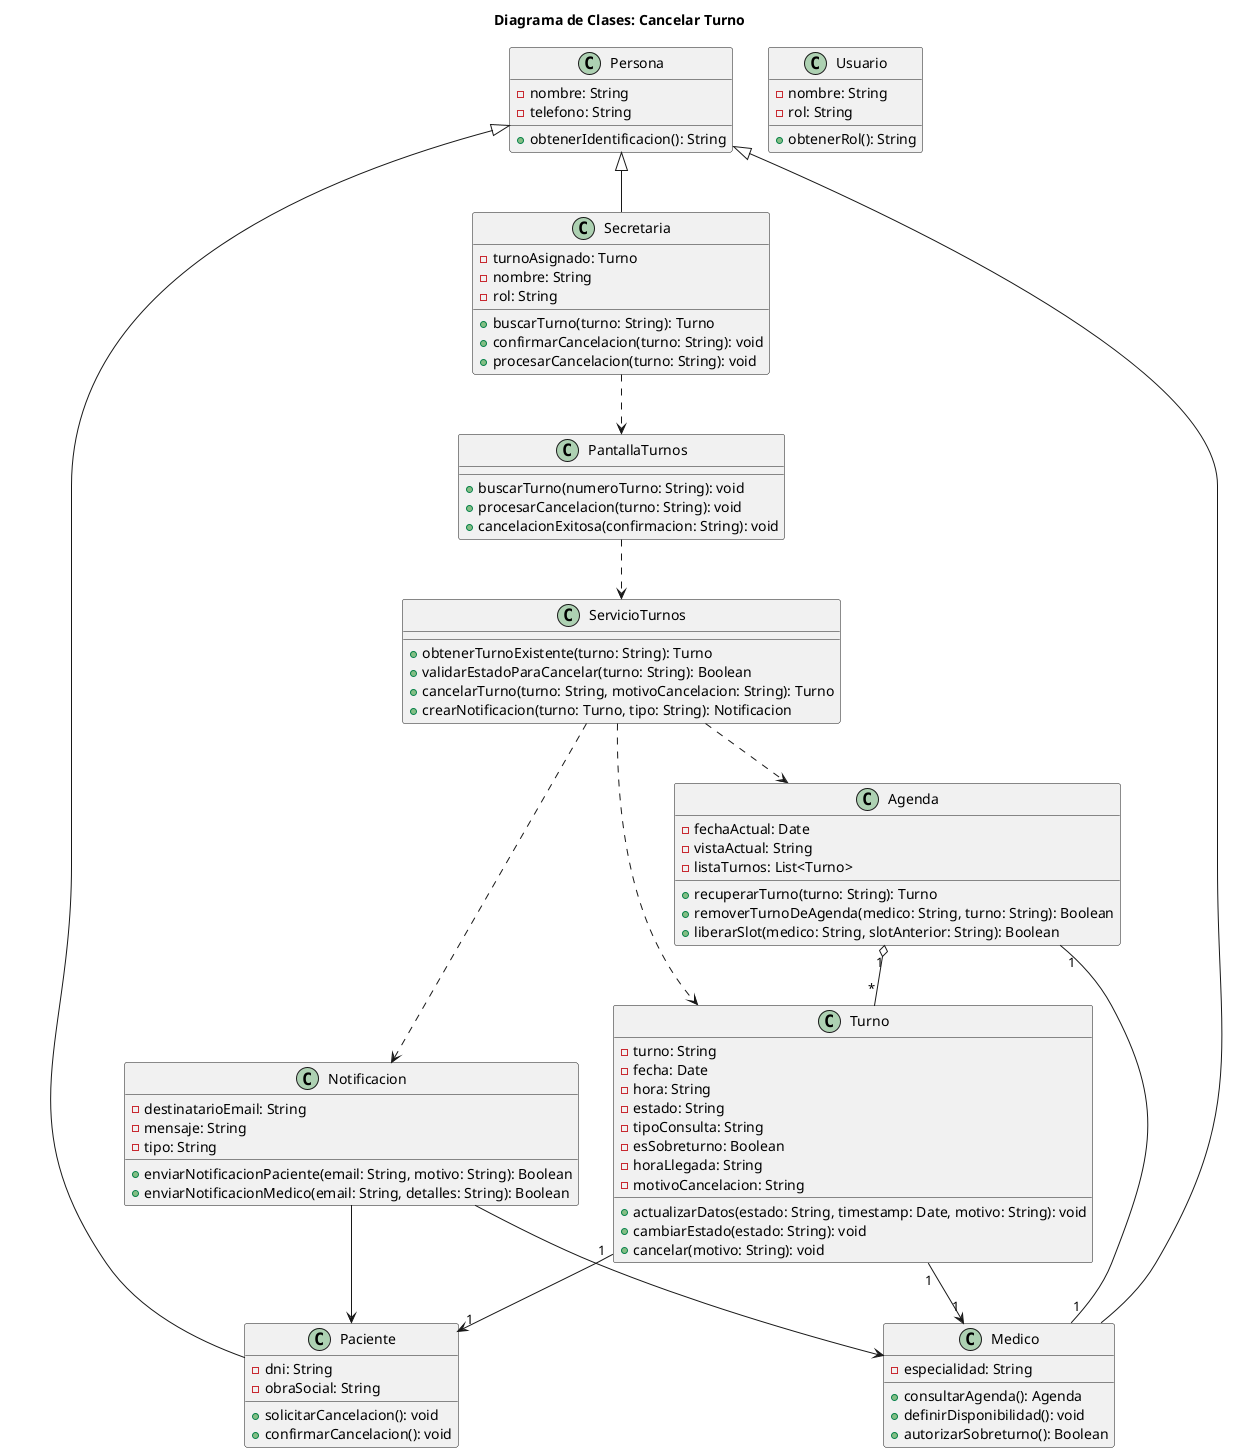
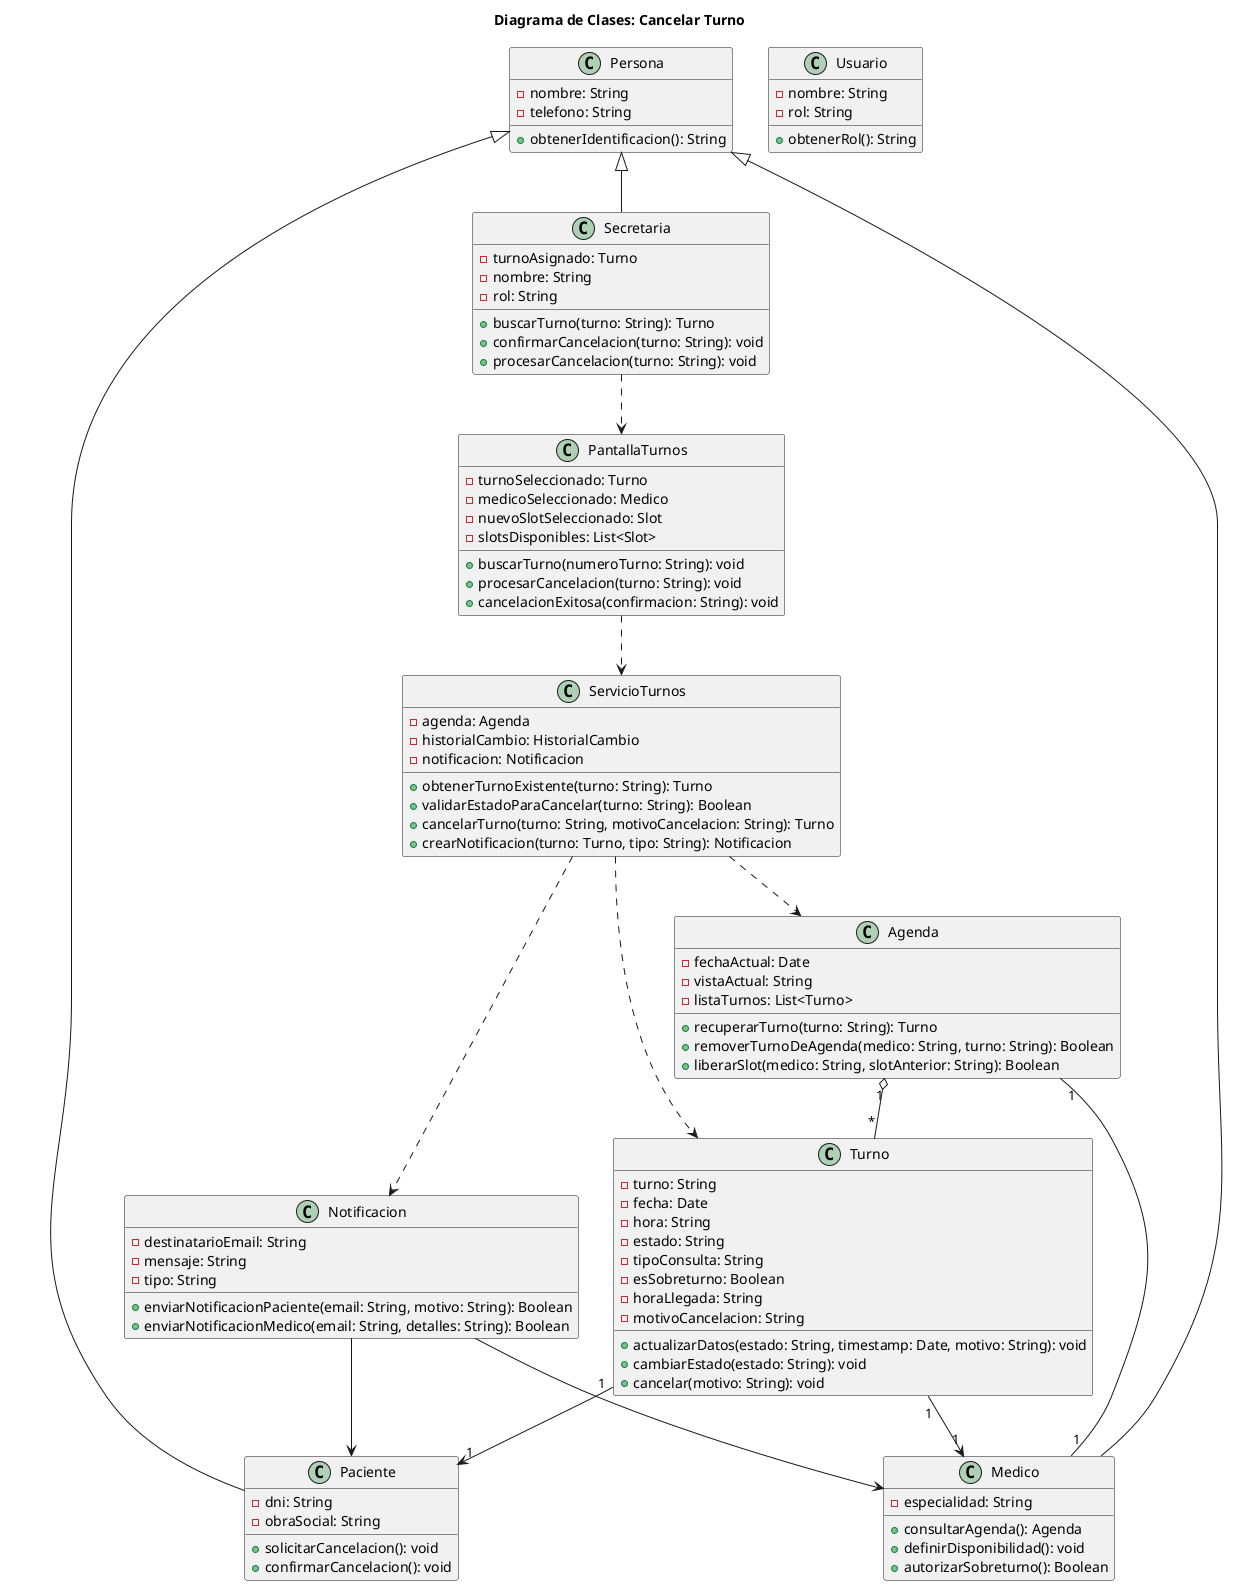
@startuml 03-clases-cancelar-turno-03
title Diagrama de Clases: Cancelar Turno

class Persona {
  - nombre: String
  - telefono: String
  + obtenerIdentificacion(): String
}

class Usuario {
  - nombre: String
  - rol: String
  + obtenerRol(): String
}

class Paciente {
  - dni: String
  - obraSocial: String
  + solicitarCancelacion(): void
  + confirmarCancelacion(): void
}

class Secretaria {
  - turnoAsignado: Turno
  - nombre: String
  - rol: String
  + buscarTurno(turno: String): Turno
  + confirmarCancelacion(turno: String): void
  + procesarCancelacion(turno: String): void
}

class Medico {
  - especialidad: String
  + consultarAgenda(): Agenda
  + definirDisponibilidad(): void
  + autorizarSobreturno(): Boolean
}

class Agenda {
  - fechaActual: Date
  - vistaActual: String
  - listaTurnos: List<Turno>
  + recuperarTurno(turno: String): Turno
  + removerTurnoDeAgenda(medico: String, turno: String): Boolean
  + liberarSlot(medico: String, slotAnterior: String): Boolean
}

class Turno {
  - turno: String
  - fecha: Date
  - hora: String
  - estado: String
  - tipoConsulta: String
  - esSobreturno: Boolean
  - horaLlegada: String
  - motivoCancelacion: String
  + actualizarDatos(estado: String, timestamp: Date, motivo: String): void
  + cambiarEstado(estado: String): void
  + cancelar(motivo: String): void
}

class Notificacion {
  - destinatarioEmail: String
  - mensaje: String
  - tipo: String
  + enviarNotificacionPaciente(email: String, motivo: String): Boolean
  + enviarNotificacionMedico(email: String, detalles: String): Boolean
}

class ServicioTurnos {
+   - agenda: Agenda
+   - historialCambio: HistorialCambio
+   - notificacion: Notificacion
  + obtenerTurnoExistente(turno: String): Turno
  + validarEstadoParaCancelar(turno: String): Boolean
  + cancelarTurno(turno: String, motivoCancelacion: String): Turno
  + crearNotificacion(turno: Turno, tipo: String): Notificacion
}

class PantallaTurnos {
+   - turnoSeleccionado: Turno
+   - medicoSeleccionado: Medico
+   - nuevoSlotSeleccionado: Slot
+   - slotsDisponibles: List<Slot>
  + buscarTurno(numeroTurno: String): void
  + procesarCancelacion(turno: String): void
  + cancelacionExitosa(confirmacion: String): void
}

Persona <|-- Paciente
Persona <|-- Medico
Persona <|-- Secretaria

Agenda "1" o-- "*" Turno
Agenda "1" -- "1" Medico
Turno "1" --> "1" Paciente
Turno "1" --> "1" Medico
ServicioTurnos ..> Agenda
ServicioTurnos ..> Turno
ServicioTurnos ..> Notificacion
PantallaTurnos ..> ServicioTurnos
Secretaria ..> PantallaTurnos
Notificacion --> Paciente
Notificacion --> Medico

@enduml